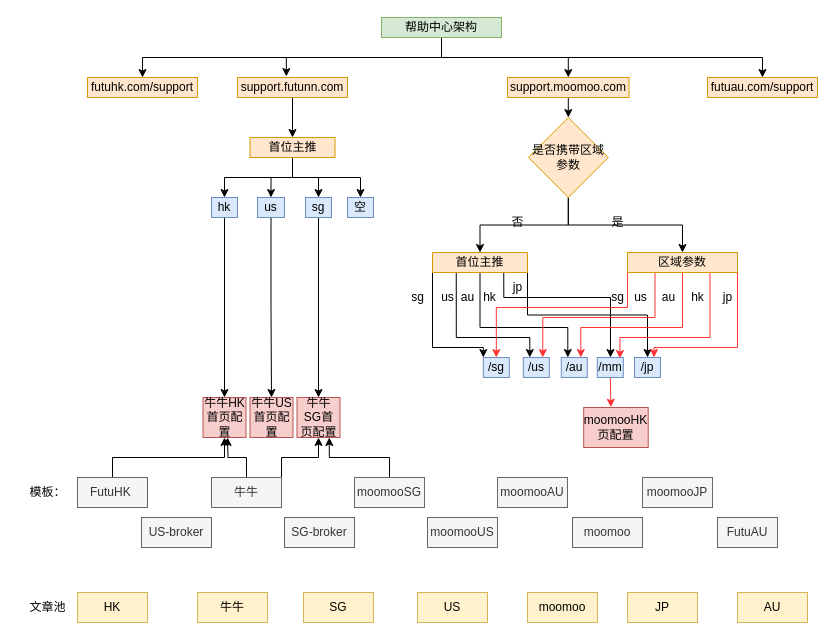
Above: 帮助中心.drawio in jokerbay/images (draw.io), before the change. Source tidied: cells renumbered, new cells numbered last; positions are measured from the earlier drawing's top-left corner, leaving out a move shared by most shapes. Both pictures are drawn from the tidied source at 100%, with x=0, y=0 at pixel (17, 17).
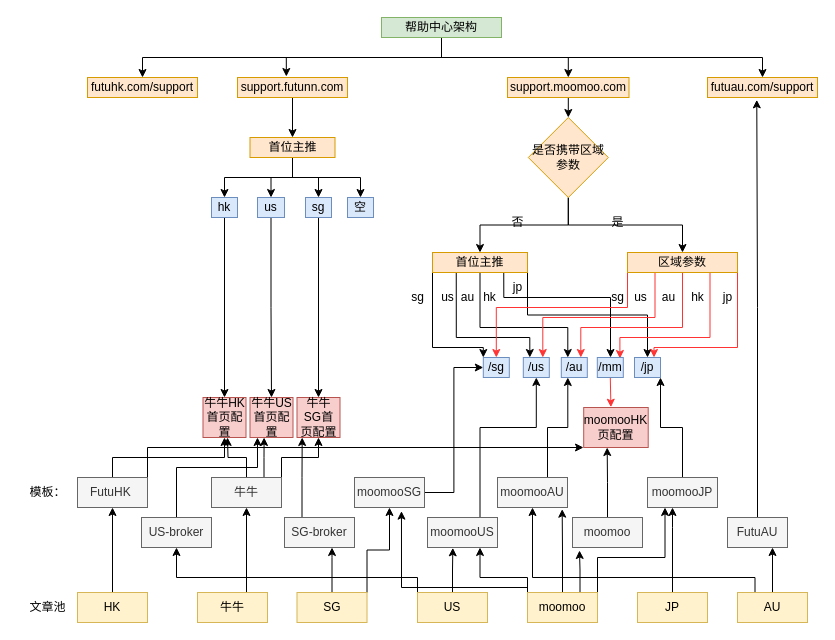
The same diagram, later.

Commit message:
更新帮助中心.drawio

Unchanged cells that the change refers to:
```xml
<mxCell id="7" value="futuau.com/support" style="rounded=0;whiteSpace=wrap;html=1;fillColor=#ffe6cc;strokeColor=#d79b00;" parent="1" vertex="1">
  <mxGeometry x="690" y="60" width="110" height="20" as="geometry" />
</mxCell>
<mxCell id="33" value="/sg" style="rounded=0;whiteSpace=wrap;html=1;fillColor=#dae8fc;strokeColor=#6c8ebf;" parent="1" vertex="1">
  <mxGeometry x="465.8" y="340" width="26" height="20" as="geometry" />
</mxCell>
<mxCell id="34" value="/us" style="rounded=0;whiteSpace=wrap;html=1;fillColor=#dae8fc;strokeColor=#6c8ebf;" parent="1" vertex="1">
  <mxGeometry x="505.8" y="340" width="26" height="20" as="geometry" />
</mxCell>
<mxCell id="35" value="/au" style="rounded=0;whiteSpace=wrap;html=1;fillColor=#dae8fc;strokeColor=#6c8ebf;" parent="1" vertex="1">
  <mxGeometry x="543.8" y="340" width="26" height="20" as="geometry" />
</mxCell>
<mxCell id="38" value="/jp" style="rounded=0;whiteSpace=wrap;html=1;fillColor=#dae8fc;strokeColor=#6c8ebf;" parent="1" vertex="1">
  <mxGeometry x="617" y="340" width="26" height="20" as="geometry" />
</mxCell>
<mxCell id="40" value="牛牛US首页配置" style="rounded=0;whiteSpace=wrap;html=1;fillColor=#f8cecc;strokeColor=#b85450;" parent="1" vertex="1">
  <mxGeometry x="232.5" y="380" width="43" height="40" as="geometry" />
</mxCell>
<mxCell id="41" value="牛牛SG首页配置" style="rounded=0;whiteSpace=wrap;html=1;fillColor=#f8cecc;strokeColor=#b85450;" parent="1" vertex="1">
  <mxGeometry x="279.5" y="380" width="43" height="40" as="geometry" />
</mxCell>
<mxCell id="42" value="moomooHK页配置" style="rounded=0;whiteSpace=wrap;html=1;fillColor=#f8cecc;strokeColor=#b85450;" parent="1" vertex="1">
  <mxGeometry x="566.2" y="390" width="64.5" height="40" as="geometry" />
</mxCell>
<mxCell id="44" value="FutuHK&amp;nbsp;" style="rounded=0;whiteSpace=wrap;html=1;fillColor=#f5f5f5;fontColor=#333333;strokeColor=#666666;" parent="1" vertex="1">
  <mxGeometry x="60" y="460" width="70" height="30" as="geometry" />
</mxCell>
<mxCell id="55" value="US-broker" style="rounded=0;whiteSpace=wrap;html=1;fillColor=#f5f5f5;fontColor=#333333;strokeColor=#666666;" parent="1" vertex="1">
  <mxGeometry x="124" y="500" width="70" height="30" as="geometry" />
</mxCell>
<mxCell id="58" value="牛牛" style="rounded=0;whiteSpace=wrap;html=1;fillColor=#f5f5f5;fontColor=#333333;strokeColor=#666666;" parent="1" vertex="1">
  <mxGeometry x="194" y="460" width="70" height="30" as="geometry" />
</mxCell>
<mxCell id="60" value="moomooSG" style="rounded=0;whiteSpace=wrap;html=1;fillColor=#f5f5f5;fontColor=#333333;strokeColor=#666666;" parent="1" vertex="1">
  <mxGeometry x="337" y="460" width="70" height="30" as="geometry" />
</mxCell>
<mxCell id="61" value="SG-broker" style="rounded=0;whiteSpace=wrap;html=1;fillColor=#f5f5f5;fontColor=#333333;strokeColor=#666666;" parent="1" vertex="1">
  <mxGeometry x="267" y="500" width="70" height="30" as="geometry" />
</mxCell>
<mxCell id="62" value="moomooUS" style="rounded=0;whiteSpace=wrap;html=1;fillColor=#f5f5f5;fontColor=#333333;strokeColor=#666666;" parent="1" vertex="1">
  <mxGeometry x="410" y="500" width="70" height="30" as="geometry" />
</mxCell>
<mxCell id="63" value="moomooAU" style="rounded=0;whiteSpace=wrap;html=1;fillColor=#f5f5f5;fontColor=#333333;strokeColor=#666666;" parent="1" vertex="1">
  <mxGeometry x="480" y="460" width="70" height="30" as="geometry" />
</mxCell>
<mxCell id="64" value="moomoo" style="rounded=0;whiteSpace=wrap;html=1;fillColor=#f5f5f5;fontColor=#333333;strokeColor=#666666;" parent="1" vertex="1">
  <mxGeometry x="555" y="500" width="70" height="30" as="geometry" />
</mxCell>
<mxCell id="68" value="HK" style="rounded=0;whiteSpace=wrap;html=1;fillColor=#fff2cc;strokeColor=#d6b656;" parent="1" vertex="1">
  <mxGeometry x="60" y="575" width="70" height="30" as="geometry" />
</mxCell>
<mxCell id="69" value="牛牛" style="rounded=0;whiteSpace=wrap;html=1;fillColor=#fff2cc;strokeColor=#d6b656;" parent="1" vertex="1">
  <mxGeometry x="180" y="575" width="70" height="30" as="geometry" />
</mxCell>
<mxCell id="71" value="US" style="rounded=0;whiteSpace=wrap;html=1;fillColor=#fff2cc;strokeColor=#d6b656;" parent="1" vertex="1">
  <mxGeometry x="400" y="575" width="70" height="30" as="geometry" />
</mxCell>
<mxCell id="72" value="moomoo" style="rounded=0;whiteSpace=wrap;html=1;fillColor=#fff2cc;strokeColor=#d6b656;" parent="1" vertex="1">
  <mxGeometry x="510" y="575" width="70" height="30" as="geometry" />
</mxCell>
<mxCell id="74" value="AU" style="rounded=0;whiteSpace=wrap;html=1;fillColor=#fff2cc;strokeColor=#d6b656;" parent="1" vertex="1">
  <mxGeometry x="720" y="575" width="70" height="30" as="geometry" />
</mxCell>
```

The edit, as a diff of the source:
```diff
@@
+    <mxCell id="85" style="edgeStyle=orthogonalEdgeStyle;rounded=0;jettySize=auto;html=1;exitX=1;exitY=0;exitDx=0;exitDy=0;" parent="1" edge="1" source="44">
+      <mxGeometry relative="1" as="geometry">
+        <mxPoint x="566" y="430" as="targetPoint" />
+        <Array as="points">
+          <mxPoint x="130" y="430" />
+          <mxPoint x="566" y="430" />
+        </Array>
+      </mxGeometry>
+    </mxCell>
@@
+    <mxCell id="86" style="edgeStyle=orthogonalEdgeStyle;rounded=0;jettySize=auto;html=1;exitX=0.5;exitY=0;exitDx=0;exitDy=0;entryX=0.174;entryY=1;entryDx=0;entryDy=0;entryPerimeter=0;" parent="1" edge="1" source="55" target="40">
+      <mxGeometry relative="1" as="geometry">
+        <Array as="points">
+          <mxPoint x="159" y="450" />
+          <mxPoint x="240" y="450" />
+        </Array>
+      </mxGeometry>
+    </mxCell>
@@
+    <mxCell id="87" style="edgeStyle=orthogonalEdgeStyle;rounded=0;jettySize=auto;html=1;exitX=0.75;exitY=0;exitDx=0;exitDy=0;entryX=0.328;entryY=1;entryDx=0;entryDy=0;entryPerimeter=0;" parent="1" edge="1" source="58" target="40">
+      <mxGeometry relative="1" as="geometry" />
+    </mxCell>
@@
-    <mxCell id="59" style="edgeStyle=orthogonalEdgeStyle;rounded=0;jettySize=auto;html=1;exitX=0.5;exitY=0;exitDx=0;exitDy=0;entryX=0.75;entryY=1;entryDx=0;entryDy=0;strokeColor=#000000;" parent="1" edge="1" source="60" target="41">
-      <mxGeometry relative="1" as="geometry" />
-    </mxCell>
+    <mxCell id="88" style="edgeStyle=orthogonalEdgeStyle;rounded=0;jettySize=auto;html=1;entryX=0;entryY=0.5;entryDx=0;entryDy=0;" parent="1" edge="1" source="60" target="33">
+      <mxGeometry relative="1" as="geometry" />
+    </mxCell>
@@
+    <mxCell id="89" style="edgeStyle=orthogonalEdgeStyle;rounded=0;jettySize=auto;html=1;exitX=0.25;exitY=0;exitDx=0;exitDy=0;entryX=0.121;entryY=1;entryDx=0;entryDy=0;entryPerimeter=0;" parent="1" edge="1" source="61" target="41">
+      <mxGeometry relative="1" as="geometry" />
+    </mxCell>
@@
+    <mxCell id="90" style="edgeStyle=orthogonalEdgeStyle;rounded=0;jettySize=auto;html=1;exitX=0.75;exitY=0;exitDx=0;exitDy=0;entryX=0.5;entryY=1;entryDx=0;entryDy=0;" parent="1" edge="1" source="62" target="34">
+      <mxGeometry relative="1" as="geometry">
+        <Array as="points">
+          <mxPoint x="463" y="410" />
+          <mxPoint x="519" y="410" />
+        </Array>
+      </mxGeometry>
+    </mxCell>
@@
+    <mxCell id="91" style="edgeStyle=orthogonalEdgeStyle;rounded=0;jettySize=auto;html=1;exitX=0.5;exitY=0;exitDx=0;exitDy=0;entryX=0.25;entryY=1;entryDx=0;entryDy=0;" parent="1" edge="1" source="63" target="35">
+      <mxGeometry relative="1" as="geometry">
+        <Array as="points">
+          <mxPoint x="530" y="460" />
+          <mxPoint x="530" y="410" />
+          <mxPoint x="550" y="410" />
+        </Array>
+      </mxGeometry>
+    </mxCell>
@@
+    <mxCell id="92" style="edgeStyle=orthogonalEdgeStyle;rounded=0;jettySize=auto;html=1;exitX=0.5;exitY=0;exitDx=0;exitDy=0;entryX=0.364;entryY=1;entryDx=0;entryDy=0;entryPerimeter=0;" parent="1" edge="1" source="64" target="42">
+      <mxGeometry relative="1" as="geometry" />
+    </mxCell>
@@
+    <mxCell id="93" style="edgeStyle=orthogonalEdgeStyle;rounded=0;jettySize=auto;html=1;exitX=0.5;exitY=0;exitDx=0;exitDy=0;entryX=1;entryY=1;entryDx=0;entryDy=0;" parent="1" edge="1" source="65" target="38">
+      <mxGeometry relative="1" as="geometry" />
+    </mxCell>
     <mxCell id="65" value="moomooJP" style="rounded=0;whiteSpace=wrap;html=1;fillColor=#f5f5f5;fontColor=#333333;strokeColor=#666666;" parent="1" vertex="1">
-      <mxGeometry x="625" y="460" width="70" height="30" as="geometry" />
+      <mxGeometry x="630" y="460" width="70" height="30" as="geometry" />
     </mxCell>
+    <mxCell id="94" style="edgeStyle=orthogonalEdgeStyle;rounded=0;jettySize=auto;html=1;entryX=0.448;entryY=1.117;entryDx=0;entryDy=0;entryPerimeter=0;" parent="1" edge="1" source="66" target="7">
+      <mxGeometry relative="1" as="geometry" />
+    </mxCell>
     <mxCell id="66" value="FutuAU" style="rounded=0;whiteSpace=wrap;html=1;fillColor=#f5f5f5;fontColor=#333333;strokeColor=#666666;" parent="1" vertex="1">
-      <mxGeometry x="700" y="500" width="60" height="30" as="geometry" />
+      <mxGeometry x="710" y="500" width="60" height="30" as="geometry" />
     </mxCell>
@@
+    <mxCell id="95" style="edgeStyle=orthogonalEdgeStyle;rounded=0;jettySize=auto;html=1;exitX=0.5;exitY=0;exitDx=0;exitDy=0;entryX=0.5;entryY=1;entryDx=0;entryDy=0;" parent="1" edge="1" source="68" target="44">
+      <mxGeometry relative="1" as="geometry" />
+    </mxCell>
@@
+    <mxCell id="96" style="edgeStyle=orthogonalEdgeStyle;rounded=0;jettySize=auto;html=1;exitX=0.5;exitY=0;exitDx=0;exitDy=0;entryX=0.5;entryY=1;entryDx=0;entryDy=0;" parent="1" edge="1" source="69" target="58">
+      <mxGeometry relative="1" as="geometry">
+        <Array as="points">
+          <mxPoint x="229" y="575" />
+        </Array>
+      </mxGeometry>
+    </mxCell>
@@
+    <mxCell id="97" style="edgeStyle=orthogonalEdgeStyle;rounded=0;jettySize=auto;html=1;exitX=1;exitY=0;exitDx=0;exitDy=0;entryX=0.5;entryY=1;entryDx=0;entryDy=0;" parent="1" edge="1" source="70" target="60">
+      <mxGeometry relative="1" as="geometry" />
+    </mxCell>
+    <mxCell id="98" style="edgeStyle=orthogonalEdgeStyle;rounded=0;jettySize=auto;html=1;" parent="1" edge="1" source="70" target="61">
+      <mxGeometry relative="1" as="geometry">
+        <Array as="points">
+          <mxPoint x="315" y="540" />
+          <mxPoint x="315" y="540" />
+        </Array>
+      </mxGeometry>
+    </mxCell>
     <mxCell id="70" value="SG" style="rounded=0;whiteSpace=wrap;html=1;fillColor=#fff2cc;strokeColor=#d6b656;" parent="1" vertex="1">
-      <mxGeometry x="286" y="575" width="70" height="30" as="geometry" />
+      <mxGeometry x="279.5" y="575" width="70" height="30" as="geometry" />
     </mxCell>
+    <mxCell id="99" style="edgeStyle=orthogonalEdgeStyle;rounded=0;jettySize=auto;html=1;exitX=0.5;exitY=0;exitDx=0;exitDy=0;entryX=0.362;entryY=1.011;entryDx=0;entryDy=0;entryPerimeter=0;" parent="1" edge="1" source="71" target="62">
+      <mxGeometry relative="1" as="geometry" />
+    </mxCell>
+    <mxCell id="100" style="edgeStyle=orthogonalEdgeStyle;rounded=0;jettySize=auto;html=1;exitX=0;exitY=0.5;exitDx=0;exitDy=0;entryX=0.5;entryY=1;entryDx=0;entryDy=0;" parent="1" edge="1" source="71" target="55">
+      <mxGeometry relative="1" as="geometry">
+        <Array as="points">
+          <mxPoint x="400" y="560" />
+          <mxPoint x="159" y="560" />
+        </Array>
+      </mxGeometry>
+    </mxCell>
@@
+    <mxCell id="101" style="edgeStyle=orthogonalEdgeStyle;rounded=0;jettySize=auto;html=1;exitX=0.75;exitY=0;exitDx=0;exitDy=0;entryX=0.1;entryY=1.1;entryDx=0;entryDy=0;entryPerimeter=0;" parent="1" edge="1" source="72" target="64">
+      <mxGeometry relative="1" as="geometry" />
+    </mxCell>
+    <mxCell id="102" style="edgeStyle=orthogonalEdgeStyle;rounded=0;jettySize=auto;html=1;exitX=1;exitY=0;exitDx=0;exitDy=0;entryX=0.25;entryY=1;entryDx=0;entryDy=0;" parent="1" edge="1" source="72" target="65">
+      <mxGeometry relative="1" as="geometry">
+        <Array as="points">
+          <mxPoint x="580" y="540" />
+          <mxPoint x="648" y="540" />
+        </Array>
+      </mxGeometry>
+    </mxCell>
+    <mxCell id="103" style="edgeStyle=orthogonalEdgeStyle;rounded=0;jettySize=auto;html=1;exitX=0.5;exitY=0;exitDx=0;exitDy=0;entryX=0.924;entryY=1.056;entryDx=0;entryDy=0;entryPerimeter=0;" parent="1" edge="1" source="72" target="63">
+      <mxGeometry relative="1" as="geometry" />
+    </mxCell>
+    <mxCell id="104" style="edgeStyle=orthogonalEdgeStyle;rounded=0;jettySize=auto;html=1;exitX=0.25;exitY=0;exitDx=0;exitDy=0;entryX=0.75;entryY=1;entryDx=0;entryDy=0;" parent="1" edge="1" source="72" target="62">
+      <mxGeometry relative="1" as="geometry">
+        <Array as="points">
+          <mxPoint x="510" y="575" />
+          <mxPoint x="510" y="560" />
+          <mxPoint x="463" y="560" />
+        </Array>
+      </mxGeometry>
+    </mxCell>
+    <mxCell id="105" style="edgeStyle=orthogonalEdgeStyle;rounded=0;jettySize=auto;html=1;exitX=0;exitY=0.5;exitDx=0;exitDy=0;entryX=0.671;entryY=1.122;entryDx=0;entryDy=0;entryPerimeter=0;" parent="1" edge="1" source="72" target="60">
+      <mxGeometry relative="1" as="geometry">
+        <Array as="points">
+          <mxPoint x="510" y="570" />
+          <mxPoint x="384" y="570" />
+        </Array>
+      </mxGeometry>
+    </mxCell>
@@
+    <mxCell id="106" style="edgeStyle=orthogonalEdgeStyle;rounded=0;jettySize=auto;html=1;" parent="1" edge="1" source="73" target="65">
+      <mxGeometry relative="1" as="geometry">
+        <Array as="points">
+          <mxPoint x="655" y="510" />
+          <mxPoint x="655" y="510" />
+        </Array>
+      </mxGeometry>
+    </mxCell>
     <mxCell id="73" value="JP" style="rounded=0;whiteSpace=wrap;html=1;fillColor=#fff2cc;strokeColor=#d6b656;" parent="1" vertex="1">
-      <mxGeometry x="610" y="575" width="70" height="30" as="geometry" />
+      <mxGeometry x="620" y="575" width="70" height="30" as="geometry" />
     </mxCell>
+    <mxCell id="107" style="edgeStyle=orthogonalEdgeStyle;rounded=0;jettySize=auto;html=1;entryX=0.75;entryY=1;entryDx=0;entryDy=0;" parent="1" edge="1" source="74" target="66">
+      <mxGeometry relative="1" as="geometry" />
+    </mxCell>
+    <mxCell id="108" style="edgeStyle=orthogonalEdgeStyle;rounded=0;jettySize=auto;html=1;exitX=0.25;exitY=0;exitDx=0;exitDy=0;entryX=0.5;entryY=1;entryDx=0;entryDy=0;" parent="1" edge="1" source="74" target="63">
+      <mxGeometry relative="1" as="geometry">
+        <Array as="points">
+          <mxPoint x="738" y="560" />
+          <mxPoint x="515" y="560" />
+        </Array>
+      </mxGeometry>
+    </mxCell>
```
